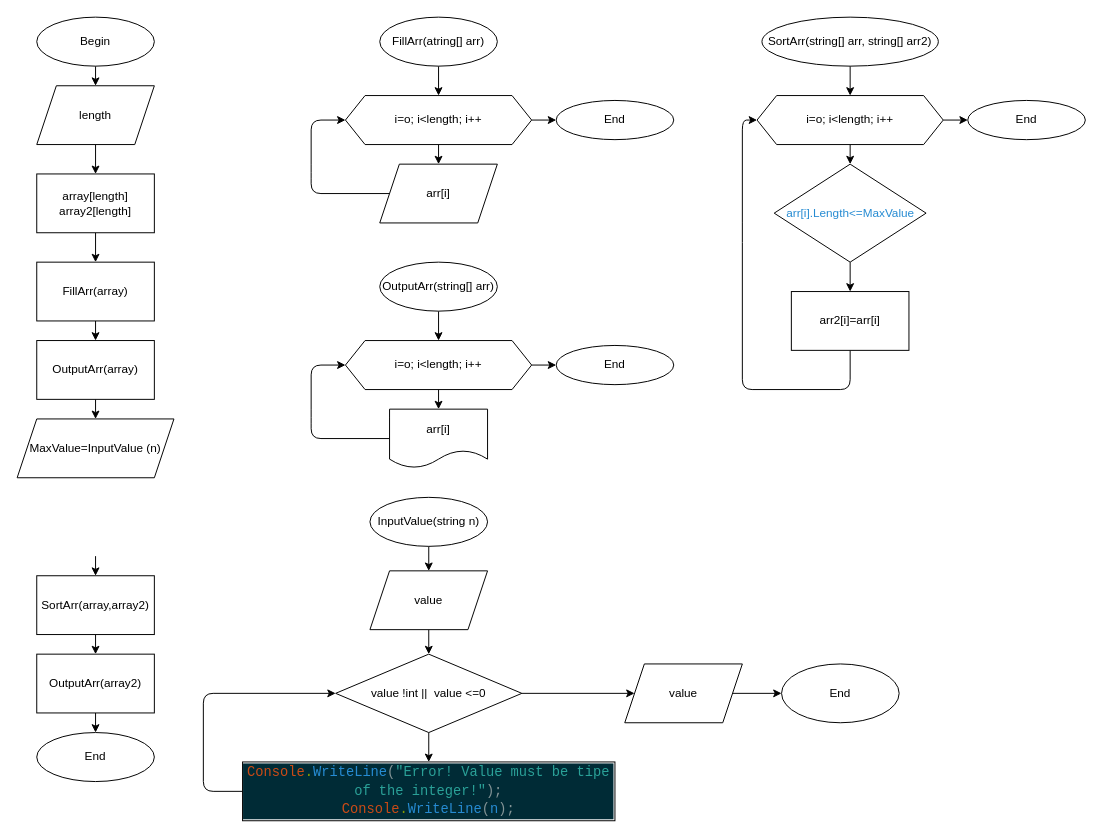
The draw.io diagram Block-diagram.drawio in Galina094/-.-., before the edit. Source tidied: cells renumbered, new cells numbered last; positions are measured from the earlier drawing's top-left corner, leaving out a move shared by most shapes. Both pictures are drawn from the tidied source at 98%, with x=0, y=0 at pixel (17, 17).
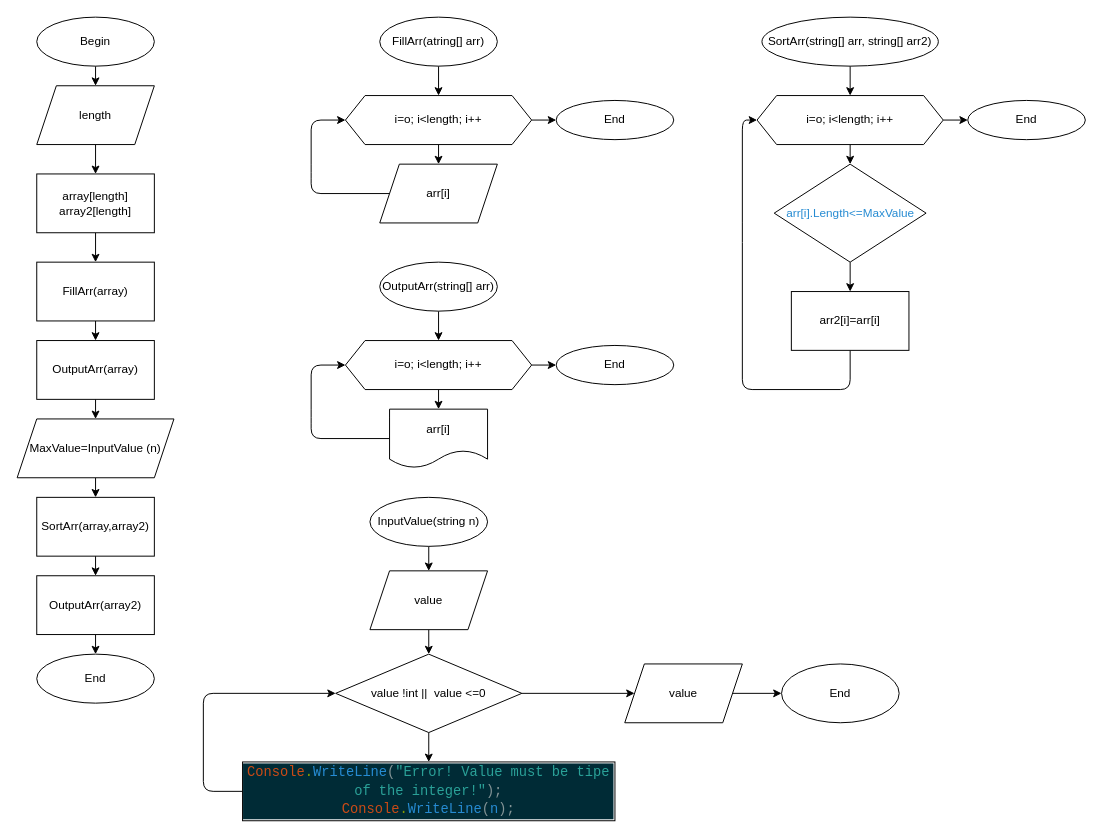
Above is the later version.

The change refers to these unchanged cells:
```xml
<mxCell id="13" value="MaxValue=InputValue (n)" style="shape=parallelogram;perimeter=parallelogramPerimeter;whiteSpace=wrap;html=1;fixedSize=1;" parent="1" vertex="1">
  <mxGeometry y="410" width="160" height="60" as="geometry" />
</mxCell>
```

Change to the diagram source:
```diff
@@
+    <mxCell id="57" style="edgeStyle=none;html=1;entryX=0.5;entryY=0;entryDx=0;entryDy=0;" parent="1" edge="1" source="13" target="15">
+      <mxGeometry relative="1" as="geometry" />
+    </mxCell>
@@
     <mxCell id="15" value="SortArr(array,array2)" style="rounded=0;whiteSpace=wrap;html=1;" parent="1" vertex="1">
-      <mxGeometry x="20" y="570" width="120" height="60" as="geometry" />
+      <mxGeometry x="20" y="490" width="120" height="60" as="geometry" />
     </mxCell>
@@
     <mxCell id="17" value="OutputArr(array2)" style="rounded=0;whiteSpace=wrap;html=1;" parent="1" vertex="1">
-      <mxGeometry x="20" y="650" width="120" height="60" as="geometry" />
+      <mxGeometry x="20" y="570" width="120" height="60" as="geometry" />
     </mxCell>
     <mxCell id="18" value="End" style="ellipse;whiteSpace=wrap;html=1;" parent="1" vertex="1">
-      <mxGeometry x="20" y="730" width="120" height="50" as="geometry" />
+      <mxGeometry x="20" y="650" width="120" height="50" as="geometry" />
     </mxCell>
```
